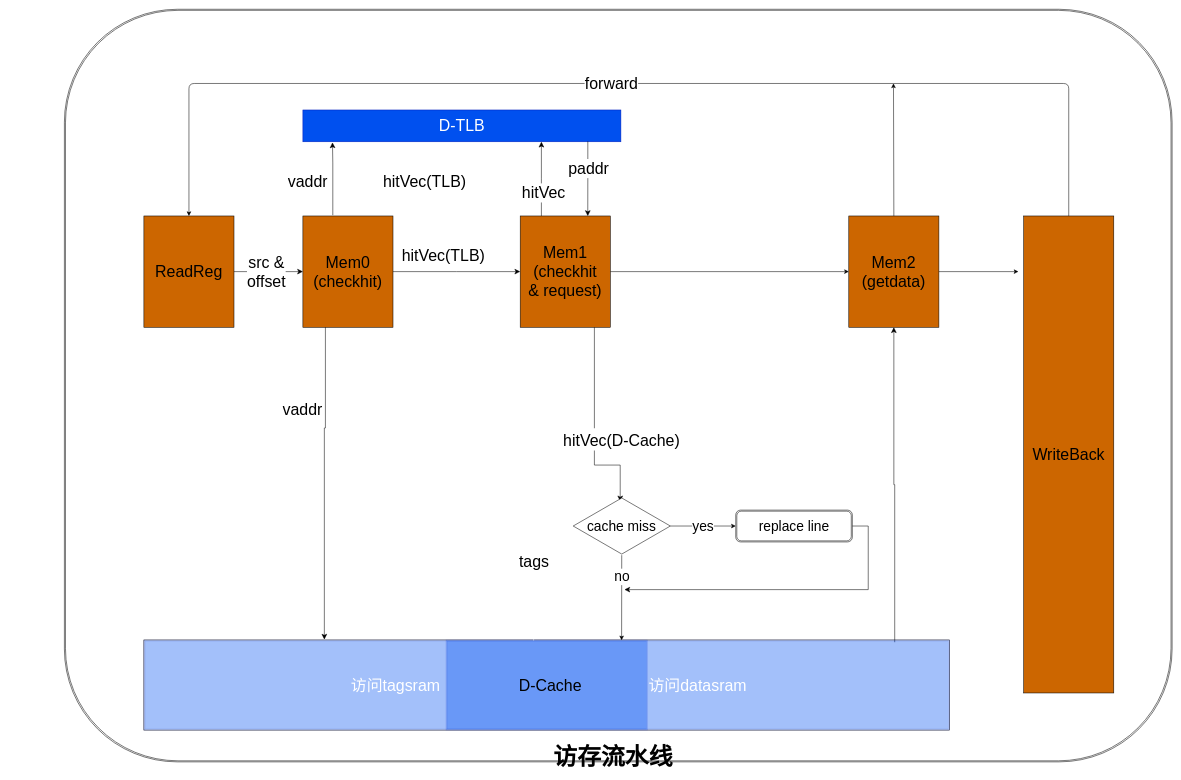
Before: doc/backend.drawio in NoAXI/NoAXI-LoongArch-CPU, a draw.io diagram. Source tidied: cells renumbered, new cells numbered last; positions are measured from the earlier drawing's top-left corner, leaving out a move shared by most shapes. Both pictures are drawn from the tidied source at 53%, with x=0, y=0 at pixel (64, 9).
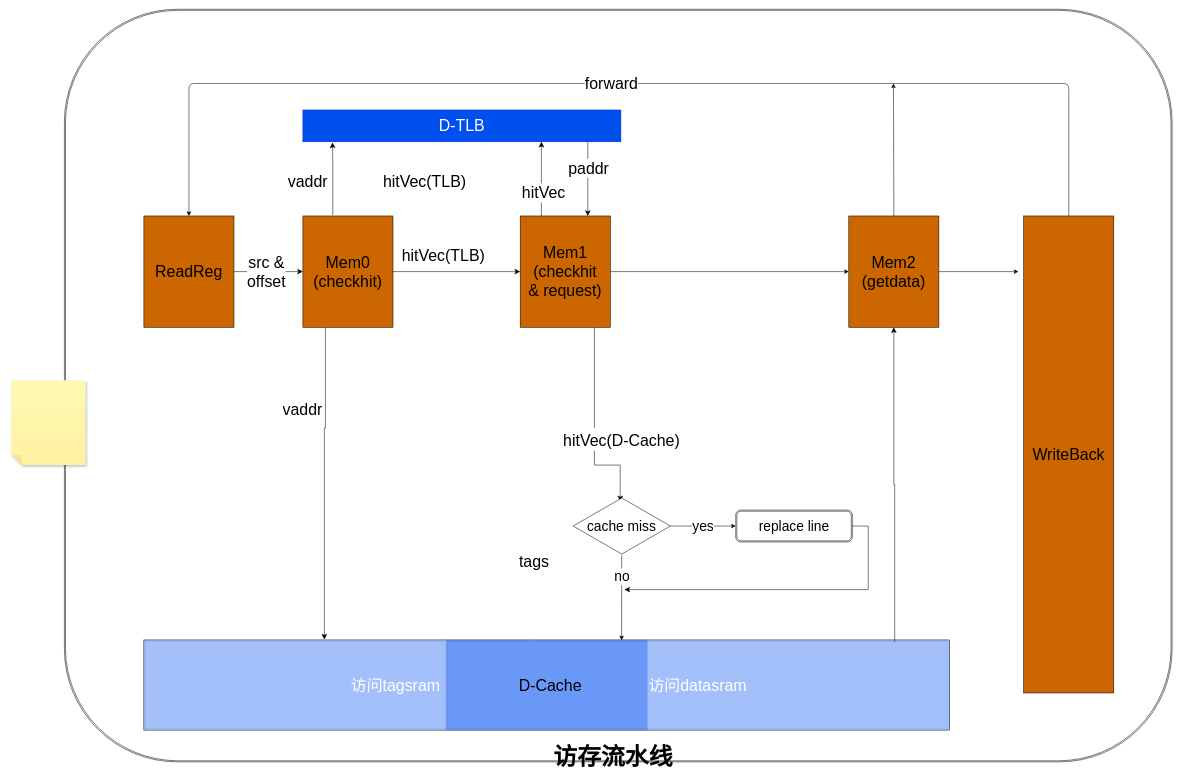
The same diagram, later.

What changed in the source:
```diff
@@
+    <mxCell id="44" style="shape=note;whiteSpace=wrap;html=1;backgroundOutline=1;fontColor=#000000;darkOpacity=0.05;fillColor=#FFF9B2;strokeColor=none;fillStyle=solid;direction=west;gradientDirection=north;gradientColor=#FFF2A1;shadow=1;size=20;" parent="1" vertex="1">
+      <mxGeometry x="-100" y="700" width="140" height="160" as="geometry" />
+    </mxCell>
```
